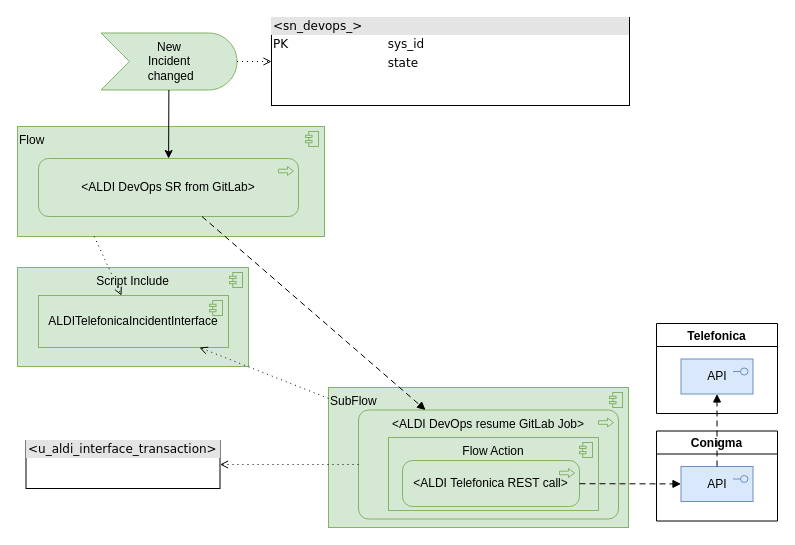
algimas/tmp keeps this draw.io diagram as page "concept" (1 of 5) of GitLab2SN.drawio. Above is the earlier version. Source tidied: cells renumbered, new cells numbered last; positions are measured from the earlier drawing's top-left corner, leaving out a move shared by most shapes. Both pictures are drawn from the tidied source at 100%, with x=0, y=0 at pixel (17, 17).
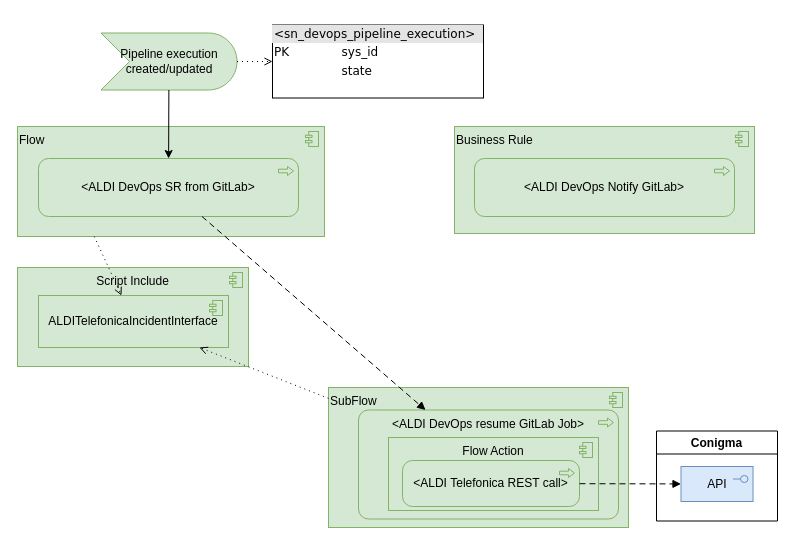
After the change.

Unchanged cells that the change refers to:
```xml
<mxCell id="5" value="&amp;lt;ALDI DevOps resume GitLab Job&amp;gt;" style="html=1;outlineConnect=0;whiteSpace=wrap;fillColor=#d5e8d4;shape=mxgraph.archimate3.application;appType=proc;archiType=rounded;strokeColor=#82b366;verticalAlign=top;" parent="1" vertex="1">
  <mxGeometry x="341" y="392.5" width="260" height="109" as="geometry" />
</mxCell>
<mxCell id="10" value="API" style="html=1;outlineConnect=0;whiteSpace=wrap;fillColor=#dae8fc;shape=mxgraph.archimate3.application;appType=interface;archiType=square;strokeColor=#6c8ebf;verticalAlign=middle;" parent="9" vertex="1">
  <mxGeometry x="24.5" y="35.5" width="72" height="35" as="geometry" />
</mxCell>
```

Change to the diagram source:
```diff
@@
-    <mxCell id="6" value="New &lt;br&gt;Incident&lt;br&gt;&amp;nbsp;changed" style="html=1;outlineConnect=0;whiteSpace=wrap;fillColor=#d5e8d4;shape=mxgraph.archimate3.event;strokeColor=#82b366;" parent="1" vertex="1">
+    <mxCell id="6" value="Pipeline execution created/updated" style="html=1;outlineConnect=0;whiteSpace=wrap;fillColor=#d5e8d4;shape=mxgraph.archimate3.event;strokeColor=#82b366;" parent="1" vertex="1">
       <mxGeometry x="83.5" y="15.5" width="136" height="57" as="geometry" />
     </mxCell>
@@
-    <mxCell id="8" value="&lt;div style=&quot;box-sizing: border-box ; width: 100% ; background: #e4e4e4 ; padding: 2px&quot;&gt;&amp;lt;sn_devops_&amp;gt;&lt;/div&gt;&lt;table style=&quot;width: 100% ; font-size: 1em&quot; cellpadding=&quot;2&quot; cellspacing=&quot;0&quot;&gt;&lt;tbody&gt;&lt;tr&gt;&lt;td&gt;PK&lt;/td&gt;&lt;td&gt;sys_id&lt;/td&gt;&lt;/tr&gt;&lt;tr&gt;&lt;td&gt;&lt;/td&gt;&lt;td&gt;state&lt;br&gt;&lt;/td&gt;&lt;/tr&gt;&lt;tr&gt;&lt;td&gt;&lt;br&gt;&lt;/td&gt;&lt;td&gt;&lt;br&gt;&lt;/td&gt;&lt;/tr&gt;&lt;tr&gt;&lt;td&gt;&lt;br&gt;&lt;/td&gt;&lt;td&gt;&lt;/td&gt;&lt;/tr&gt;&lt;/tbody&gt;&lt;/table&gt;" style="verticalAlign=top;align=left;overflow=fill;html=1;rounded=0;shadow=0;comic=0;labelBackgroundColor=none;strokeWidth=1;fontFamily=Verdana;fontSize=12;" parent="1" vertex="1">
-      <mxGeometry x="254" width="358" height="88" as="geometry" />
+    <mxCell id="8" value="&lt;div style=&quot;box-sizing: border-box ; width: 100% ; background: #e4e4e4 ; padding: 2px&quot;&gt;&amp;lt;sn_devops_pipeline_execution&amp;gt;&lt;/div&gt;&lt;table style=&quot;width: 100% ; font-size: 1em&quot; cellpadding=&quot;2&quot; cellspacing=&quot;0&quot;&gt;&lt;tbody&gt;&lt;tr&gt;&lt;td&gt;PK&lt;/td&gt;&lt;td&gt;sys_id&lt;/td&gt;&lt;/tr&gt;&lt;tr&gt;&lt;td&gt;&lt;/td&gt;&lt;td&gt;state&lt;br&gt;&lt;/td&gt;&lt;/tr&gt;&lt;tr&gt;&lt;td&gt;&lt;br&gt;&lt;/td&gt;&lt;td&gt;&lt;br&gt;&lt;/td&gt;&lt;/tr&gt;&lt;tr&gt;&lt;td&gt;&lt;br&gt;&lt;/td&gt;&lt;td&gt;&lt;/td&gt;&lt;/tr&gt;&lt;/tbody&gt;&lt;/table&gt;" style="verticalAlign=top;align=left;overflow=fill;html=1;rounded=0;shadow=0;comic=0;labelBackgroundColor=none;strokeWidth=1;fontFamily=Verdana;fontSize=12;" parent="1" vertex="1">
+      <mxGeometry x="255" y="7.5" width="211" height="73" as="geometry" />
     </mxCell>
@@
-    <mxCell id="19" value="Telefonica" style="swimlane;" parent="1" vertex="1">
-      <mxGeometry x="639" y="306" width="121" height="90" as="geometry" />
-    </mxCell>
-    <mxCell id="20" value="API" style="html=1;outlineConnect=0;whiteSpace=wrap;fillColor=#dae8fc;shape=mxgraph.archimate3.application;appType=interface;archiType=square;strokeColor=#6c8ebf;verticalAlign=middle;" parent="19" vertex="1">
-      <mxGeometry x="24.5" y="35.5" width="72" height="35" as="geometry" />
-    </mxCell>
-    <mxCell id="21" style="html=1;endArrow=block;dashed=1;elbow=vertical;endFill=1;dashPattern=6 4;rounded=0;fontSize=12;" parent="1" edge="1" source="10" target="20">
-      <mxGeometry relative="1" as="geometry" />
-    </mxCell>
@@
-    <mxCell id="23" value="&lt;div style=&quot;box-sizing: border-box ; width: 100% ; background: #e4e4e4 ; padding: 2px&quot;&gt;&amp;lt;u_aldi_interface_transaction&amp;gt;&lt;/div&gt;&lt;table style=&quot;width: 100% ; font-size: 1em&quot; cellpadding=&quot;2&quot; cellspacing=&quot;0&quot;&gt;&lt;tbody&gt;&lt;tr&gt;&lt;td&gt;&lt;br&gt;&lt;/td&gt;&lt;td&gt;&lt;/td&gt;&lt;/tr&gt;&lt;/tbody&gt;&lt;/table&gt;" style="verticalAlign=top;align=left;overflow=fill;html=1;rounded=0;shadow=0;comic=0;labelBackgroundColor=none;strokeWidth=1;fontFamily=Verdana;fontSize=12;" parent="1" vertex="1">
-      <mxGeometry x="8.5" y="423" width="194" height="48" as="geometry" />
-    </mxCell>
-    <mxCell id="24" style="html=1;endArrow=open;elbow=vertical;endFill=0;dashed=1;dashPattern=1 4;rounded=0;fillColor=#00b9f2;" parent="1" edge="1" source="5" target="23">
-      <mxGeometry relative="1" as="geometry" />
-    </mxCell>
+    <mxCell id="25" value="Business Rule" style="html=1;whiteSpace=wrap;fillColor=#d5e8d4;shape=mxgraph.archimate3.application;appType=comp;archiType=square;strokeColor=#82b366;verticalAlign=top;align=left;" parent="1" vertex="1">
+      <mxGeometry x="437" y="109" width="300" height="107" as="geometry" />
+    </mxCell>
+    <mxCell id="26" value="&amp;lt;ALDI DevOps Notify GitLab&amp;gt;" style="html=1;whiteSpace=wrap;fillColor=#d5e8d4;shape=mxgraph.archimate3.application;appType=proc;archiType=rounded;strokeColor=#82b366;" parent="1" vertex="1">
+      <mxGeometry x="457" y="141" width="260" height="58" as="geometry" />
+    </mxCell>
```
